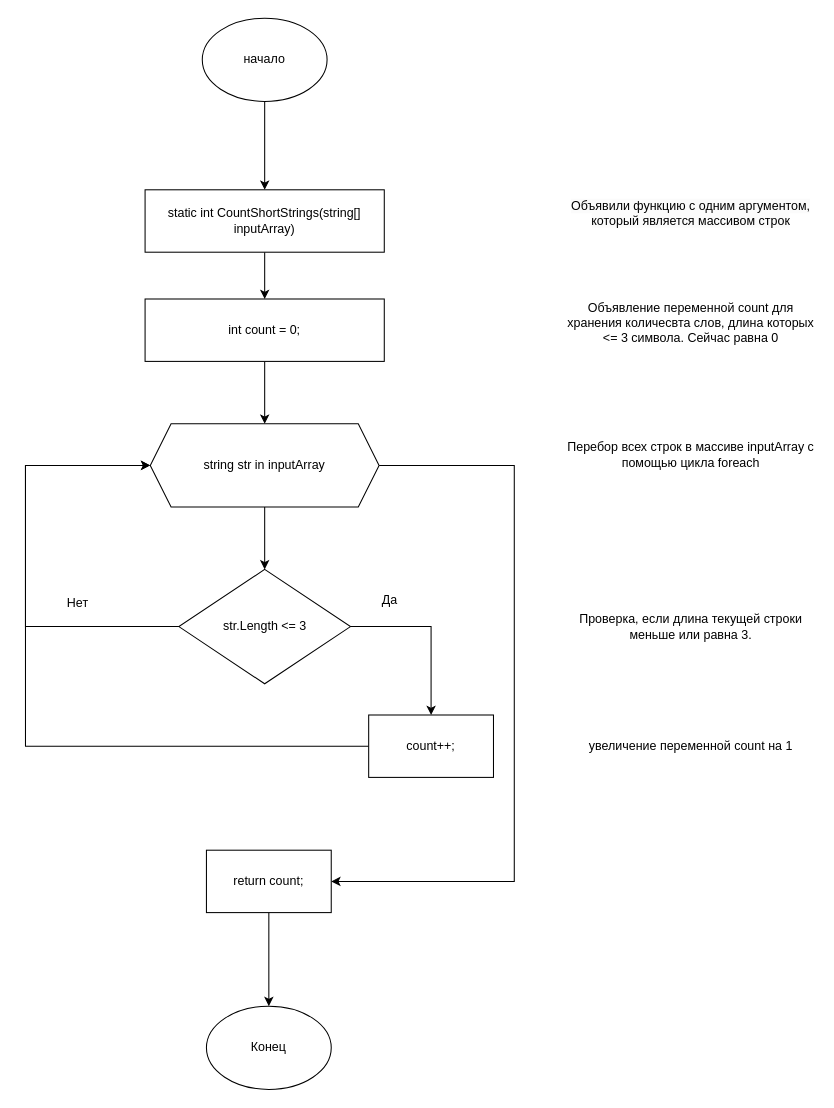
Above: page "CountShortStrings" (2 of 3) of блок схема.drawio in kkssiinn/- (draw.io), before the change. Source tidied: cells renumbered, new cells numbered last; positions are measured from the earlier drawing's top-left corner, leaving out a move shared by most shapes. Both pictures are drawn from the tidied source at 104%, with x=0, y=0 at pixel (25, 18).
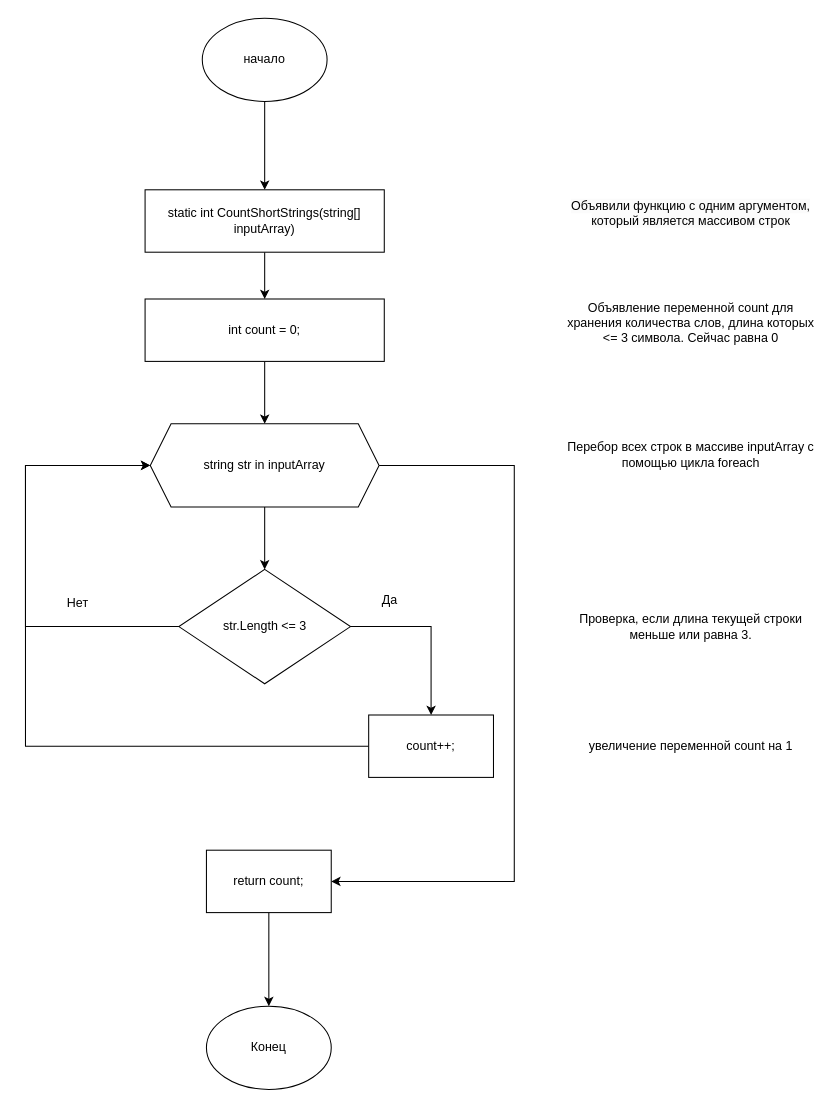
After the change.

Commit message (it also covers changes not shown here):
исправление грамматических ошибок

исправление грамматических ошибок

Diff of the diagram source:
```diff
@@
-    <mxCell id="9" value="Объявление переменной count для хранения количесвта слов, длина которых &amp;lt;= 3 символа. Сейчас равна 0&lt;div&gt;&lt;br/&gt;&lt;/div&gt;" style="text;html=1;align=center;verticalAlign=middle;whiteSpace=wrap;rounded=0;" parent="1" vertex="1">
+    <mxCell id="9" value="Объявление переменной count для хранения количества слов, длина которых &amp;lt;= 3 символа. Сейчас равна 0&lt;div&gt;&lt;br&gt;&lt;/div&gt;" style="text;html=1;align=center;verticalAlign=middle;whiteSpace=wrap;rounded=0;" parent="1" vertex="1">
       <mxGeometry x="520" y="260" width="240" height="80" as="geometry" />
     </mxCell>
```
